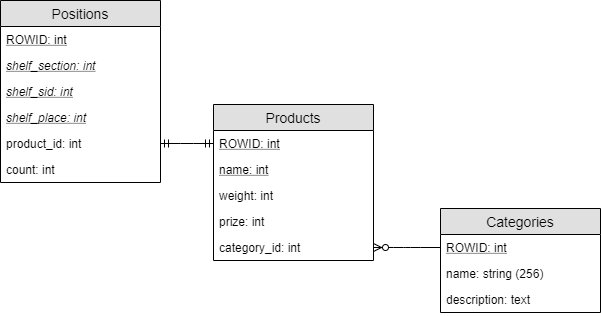
Before: dev/models/DB_Schema.png, a diagram exported from draw.io (callidaria/pen-testing). Source tidied: cells renumbered, new cells last; positions are measured from the earlier drawing's top-left corner, leaving out a move shared by most shapes.
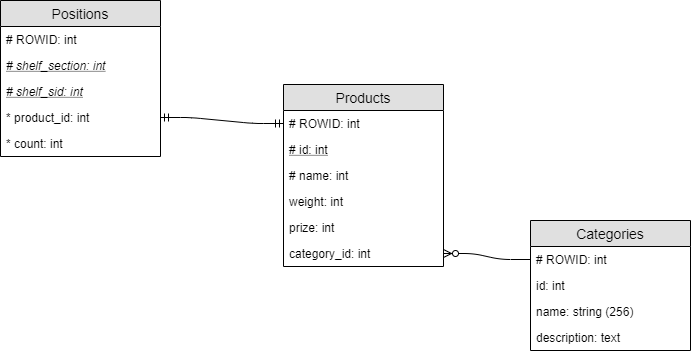
After the commit.

Commit message:
Updated Schemas (work in progress)

Change to the diagram source:
```diff
@@ -3,55 +3,58 @@
     <mxCell id="0" />
     <mxCell id="1" parent="0" />
     <mxCell id="2" value="Positions" style="swimlane;fontStyle=0;horizontal=1;startSize=26;fillColor=#e0e0e0;swimlaneFillColor=#ffffff;align=center;fontSize=14;" parent="1" vertex="1">
-      <mxGeometry width="160" height="182" as="geometry" />
+      <mxGeometry x="-70" y="20" width="160" height="156" as="geometry" />
     </mxCell>
-    <mxCell id="3" value="ROWID: int" style="text;strokeColor=none;fillColor=none;spacingLeft=4;spacingRight=4;overflow=hidden;fontSize=12;fontStyle=4;" parent="2" vertex="1">
+    <mxCell id="3" value="# ROWID: int" style="text;strokeColor=none;fillColor=none;spacingLeft=4;spacingRight=4;overflow=hidden;fontSize=12;fontStyle=0;" parent="2" vertex="1">
       <mxGeometry y="26" width="160" height="26" as="geometry" />
     </mxCell>
-    <mxCell id="4" value="shelf_section: int" style="text;strokeColor=none;fillColor=none;spacingLeft=4;spacingRight=4;overflow=hidden;fontSize=12;fontStyle=6;" parent="2" vertex="1">
+    <mxCell id="4" value="# shelf_section: int" style="text;strokeColor=none;fillColor=none;spacingLeft=4;spacingRight=4;overflow=hidden;fontSize=12;fontStyle=6;" parent="2" vertex="1">
       <mxGeometry y="52" width="160" height="26" as="geometry" />
     </mxCell>
-    <mxCell id="5" value="shelf_sid: int" style="text;strokeColor=none;fillColor=none;spacingLeft=4;spacingRight=4;overflow=hidden;fontSize=12;fontStyle=6;" parent="2" vertex="1">
+    <mxCell id="5" value="# shelf_sid: int" style="text;strokeColor=none;fillColor=none;spacingLeft=4;spacingRight=4;overflow=hidden;fontSize=12;fontStyle=6;" parent="2" vertex="1">
       <mxGeometry y="78" width="160" height="26" as="geometry" />
     </mxCell>
-    <mxCell id="6" value="shelf_place: int" style="text;strokeColor=none;fillColor=none;spacingLeft=4;spacingRight=4;overflow=hidden;fontSize=12;fontStyle=6;" parent="2" vertex="1">
-      <mxGeometry y="104" width="160" height="26" as="geometry" />
-    </mxCell>
-    <mxCell id="7" value="product_id: int" style="text;strokeColor=none;fillColor=none;spacingLeft=4;spacingRight=4;overflow=hidden;points=[[0,0.5],[1,0.5]];portConstraint=eastwest;fontSize=12;" parent="2" vertex="1">
-      <mxGeometry y="130" width="160" height="26" as="geometry" />
+    <mxCell id="7" value="* product_id: int" style="text;strokeColor=none;fillColor=none;spacingLeft=4;spacingRight=4;overflow=hidden;points=[[0,0.5],[1,0.5]];portConstraint=eastwest;fontSize=12;" parent="2" vertex="1">
+      <mxGeometry y="104" width="160" height="26" as="geometry" />
     </mxCell>
-    <mxCell id="8" value="count: int" style="text;strokeColor=none;fillColor=none;spacingLeft=4;spacingRight=4;overflow=hidden;fontSize=12;" parent="2" vertex="1">
-      <mxGeometry y="156" width="160" height="26" as="geometry" />
+    <mxCell id="8" value="* count: int" style="text;strokeColor=none;fillColor=none;spacingLeft=4;spacingRight=4;overflow=hidden;fontSize=12;" parent="2" vertex="1">
+      <mxGeometry y="130" width="160" height="26" as="geometry" />
     </mxCell>
     <mxCell id="9" value="Products" style="swimlane;fontStyle=0;horizontal=1;startSize=26;fillColor=#e0e0e0;swimlaneFillColor=#ffffff;align=center;fontSize=14;" parent="1" vertex="1">
-      <mxGeometry x="213" y="104" width="160" height="156" as="geometry" />
+      <mxGeometry x="213" y="104" width="160" height="182" as="geometry" />
     </mxCell>
-    <mxCell id="10" value="ROWID: int" style="text;strokeColor=none;fillColor=none;spacingLeft=4;spacingRight=4;overflow=hidden;points=[[0,0.5],[1,0.5]];portConstraint=eastwest;fontSize=12;fontStyle=4;" parent="9" vertex="1">
+    <mxCell id="10" value="# ROWID: int" style="text;strokeColor=none;fillColor=none;spacingLeft=4;spacingRight=4;overflow=hidden;points=[[0,0.5],[1,0.5]];portConstraint=eastwest;fontSize=12;fontStyle=0;" parent="9" vertex="1">
       <mxGeometry y="26" width="160" height="26" as="geometry" />
     </mxCell>
+    <mxCell id="21" value="# id: int" style="text;strokeColor=none;fillColor=none;spacingLeft=4;spacingRight=4;overflow=hidden;fontSize=12;fontStyle=4;" parent="9" vertex="1">
+      <mxGeometry y="52" width="160" height="26" as="geometry" />
+    </mxCell>
-    <mxCell id="11" value="name: int" style="text;strokeColor=none;fillColor=none;spacingLeft=4;spacingRight=4;overflow=hidden;fontSize=12;fontStyle=4;" parent="9" vertex="1">
-      <mxGeometry y="52" width="160" height="26" as="geometry" />
+    <mxCell id="11" value="# name: int" style="text;strokeColor=none;fillColor=none;spacingLeft=4;spacingRight=4;overflow=hidden;fontSize=12;fontStyle=0;" parent="9" vertex="1">
+      <mxGeometry y="78" width="160" height="26" as="geometry" />
     </mxCell>
     <mxCell id="12" value="weight: int" style="text;strokeColor=none;fillColor=none;spacingLeft=4;spacingRight=4;overflow=hidden;fontSize=12;" parent="9" vertex="1">
-      <mxGeometry y="78" width="160" height="26" as="geometry" />
+      <mxGeometry y="104" width="160" height="26" as="geometry" />
     </mxCell>
     <mxCell id="13" value="prize: int" style="text;strokeColor=none;fillColor=none;spacingLeft=4;spacingRight=4;overflow=hidden;fontSize=12;" parent="9" vertex="1">
-      <mxGeometry y="104" width="160" height="26" as="geometry" />
+      <mxGeometry y="130" width="160" height="26" as="geometry" />
     </mxCell>
     <mxCell id="14" value="category_id: int" style="text;strokeColor=none;fillColor=none;spacingLeft=4;spacingRight=4;overflow=hidden;points=[[0,0.5],[1,0.5]];portConstraint=eastwest;fontSize=12;" parent="9" vertex="1">
-      <mxGeometry y="130" width="160" height="26" as="geometry" />
+      <mxGeometry y="156" width="160" height="26" as="geometry" />
     </mxCell>
     <mxCell id="15" value="Categories" style="swimlane;fontStyle=0;horizontal=1;startSize=26;fillColor=#e0e0e0;swimlaneFillColor=#ffffff;align=center;fontSize=14;" parent="1" vertex="1">
-      <mxGeometry x="440" y="208" width="160" height="104" as="geometry" />
+      <mxGeometry x="460" y="240" width="160" height="130" as="geometry" />
     </mxCell>
-    <mxCell id="16" value="ROWID: int" style="text;strokeColor=none;fillColor=none;spacingLeft=4;spacingRight=4;overflow=hidden;points=[[0,0.5],[1,0.5]];portConstraint=eastwest;fontSize=12;fontStyle=4;" parent="15" vertex="1">
+    <mxCell id="16" value="# ROWID: int" style="text;strokeColor=none;fillColor=none;spacingLeft=4;spacingRight=4;overflow=hidden;points=[[0,0.5],[1,0.5]];portConstraint=eastwest;fontSize=12;fontStyle=0;" parent="15" vertex="1">
       <mxGeometry y="26" width="160" height="26" as="geometry" />
     </mxCell>
+    <mxCell id="22" value="id: int" style="text;strokeColor=none;fillColor=none;spacingLeft=4;spacingRight=4;overflow=hidden;fontSize=12;fontStyle=0;" parent="15" vertex="1">
+      <mxGeometry y="52" width="160" height="26" as="geometry" />
+    </mxCell>
     <mxCell id="17" value="name: string (256)" style="text;strokeColor=none;fillColor=none;spacingLeft=4;spacingRight=4;overflow=hidden;fontSize=12;" parent="15" vertex="1">
-      <mxGeometry y="52" width="160" height="26" as="geometry" />
+      <mxGeometry y="78" width="160" height="26" as="geometry" />
     </mxCell>
     <mxCell id="18" value="description: text" style="text;strokeColor=none;fillColor=none;spacingLeft=4;spacingRight=4;overflow=hidden;fontSize=12;" parent="15" vertex="1">
-      <mxGeometry y="78" width="160" height="26" as="geometry" />
+      <mxGeometry y="104" width="160" height="26" as="geometry" />
     </mxCell>
     <mxCell id="19" style="edgeStyle=entityRelationEdgeStyle;fontSize=12;html=1;endArrow=ERzeroToMany;endFill=1;" parent="1" edge="1" source="16" target="14">
       <mxGeometry relative="1" as="geometry" />
```
